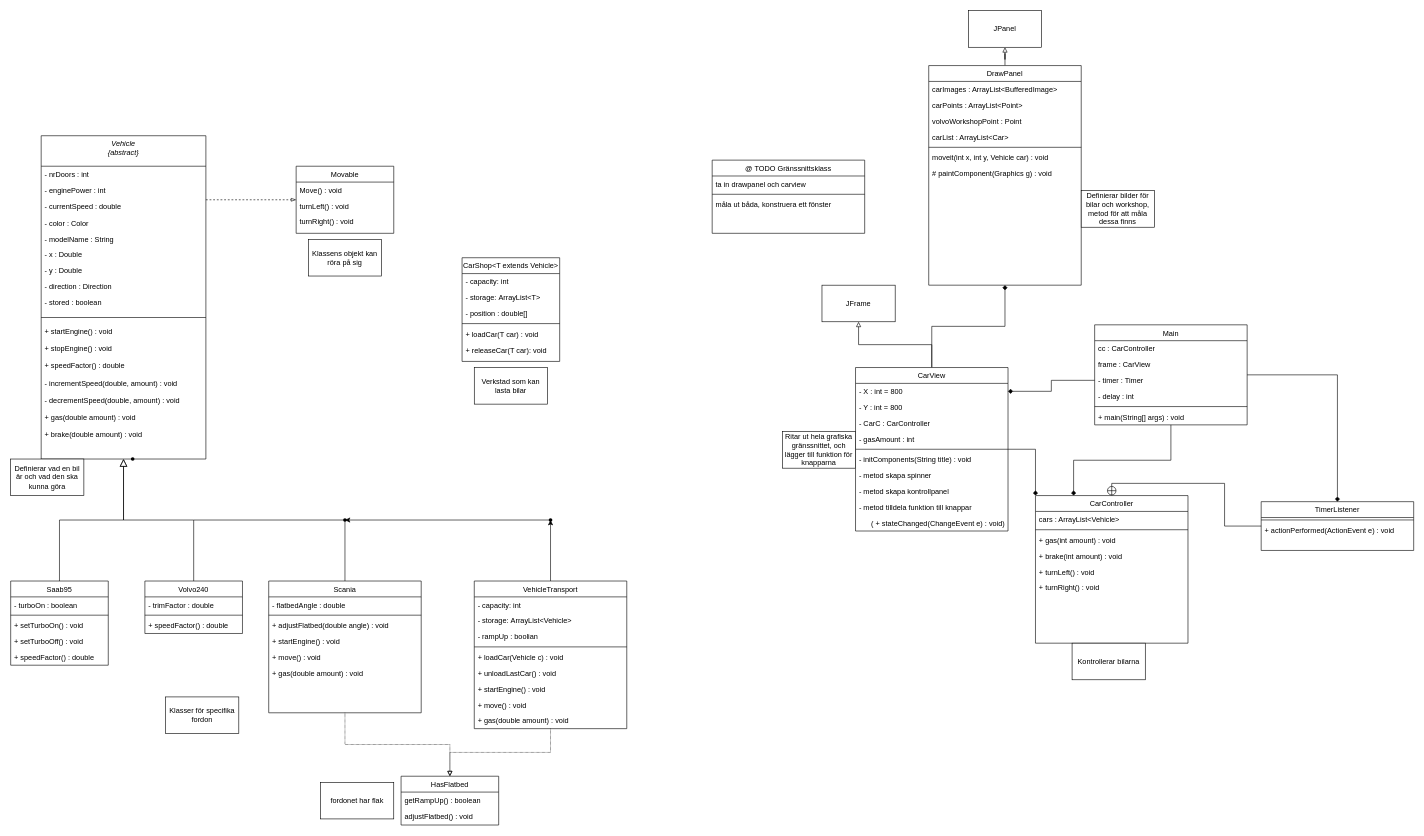
Above: CarsKlassDiagram Refaktorerad.drawio in ash-salt/lab3-oop (draw.io), before the change. Source tidied: cells renumbered, new cells numbered last; positions are measured from the earlier drawing's top-left corner, leaving out a move shared by most shapes. Both pictures are drawn from the tidied source at 61%, with x=0, y=0 at pixel (10, 10).
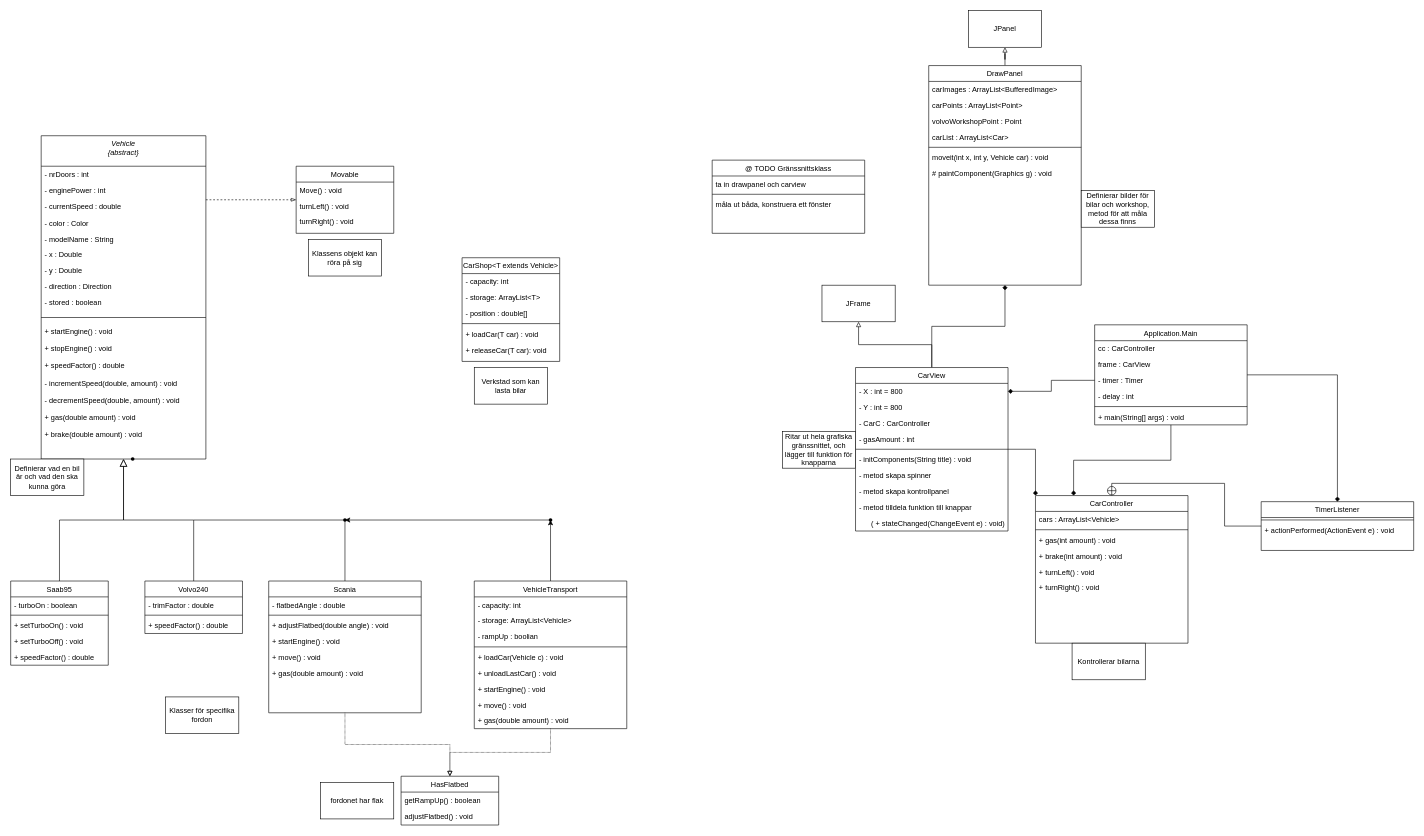
Above is the later version.

Change to the diagram source:
```diff
@@
-    <mxCell id="124" value="Main" style="swimlane;fontStyle=0;align=center;verticalAlign=top;horizontal=1;startSize=26;rounded=0;shadow=0;strokeWidth=1;" parent="1" vertex="1">
+    <mxCell id="124" value="Application.Main" style="swimlane;fontStyle=0;align=center;verticalAlign=top;horizontal=1;startSize=26;rounded=0;shadow=0;strokeWidth=1;" parent="1" vertex="1">
       <mxGeometry x="1777" y="515" width="250" height="164" as="geometry" />
     </mxCell>
```
